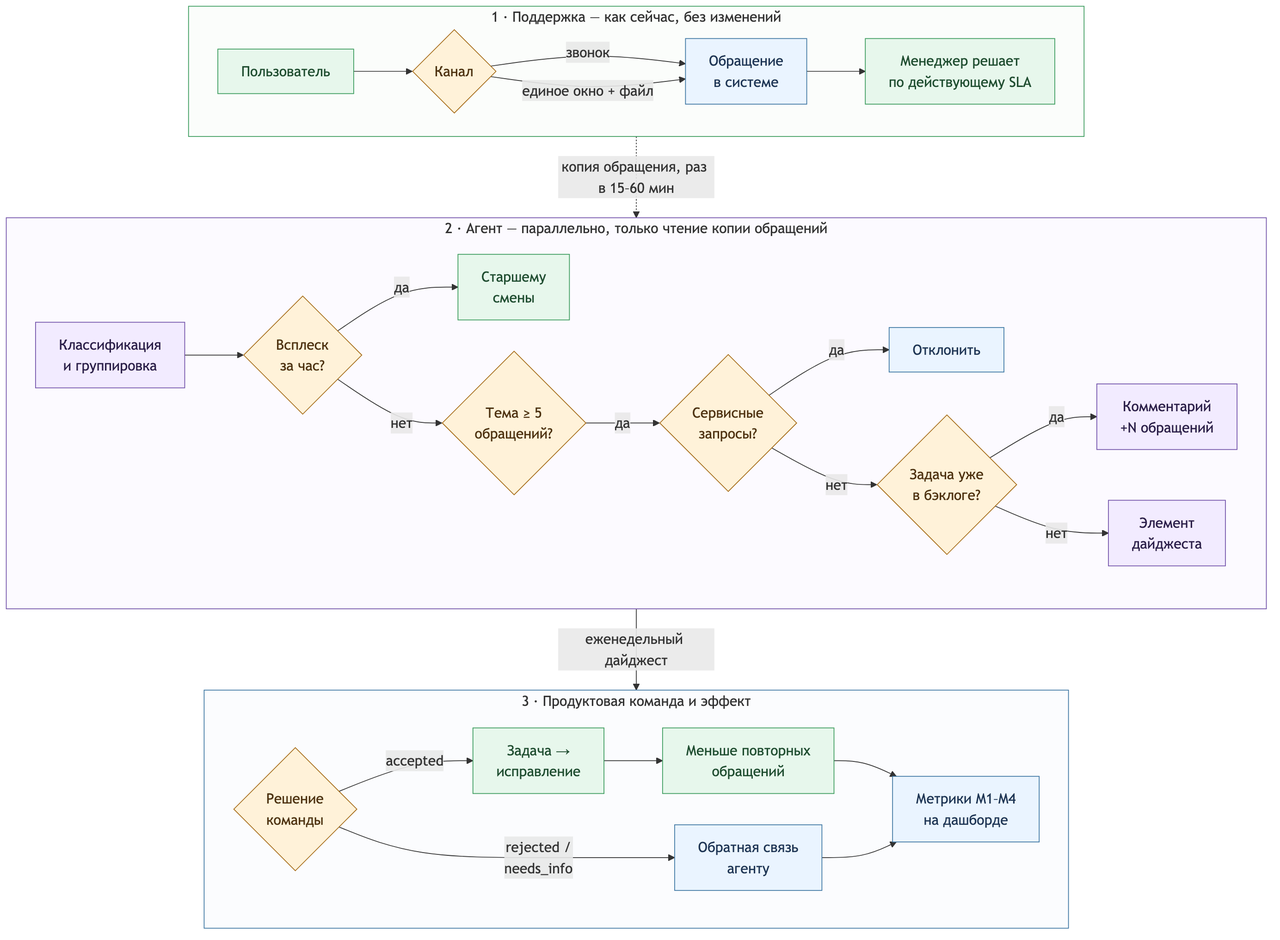
Before: docs/diagrams/rendered/02-business-process.png, a diagram exported from Mermaid (Gnod-do/ticket-triage-agent). Its source is kept beside it as docs/diagrams/02-business-process.mmd.
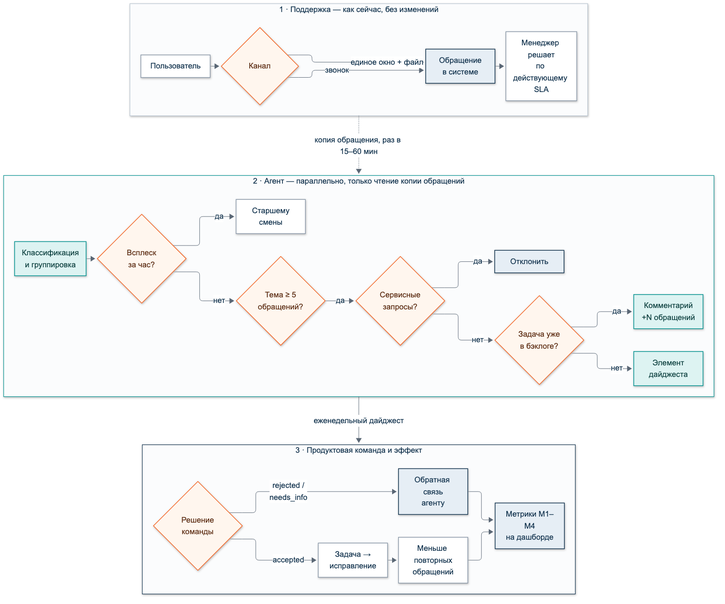
The same file after the commit.

Diff of the diagram source:
```diff
@@ -1,8 +1,8 @@
 flowchart TB
-  classDef human fill:#e7f7ec,stroke:#3a9b5c,color:#1f4d30
-  classDef ai fill:#f2ebff,stroke:#7151a9,color:#2b1f48
-  classDef det fill:#eaf4ff,stroke:#3d76a2,color:#1e3554
-  classDef dec fill:#fff2d9,stroke:#a66b17,color:#4d3210
+  classDef human fill:#FFFFFF,stroke:#8A98A8,color:#10314C,stroke-width:1.5px
+  classDef ai fill:#DDF3F2,stroke:#00918F,color:#0B3F3E,stroke-width:1.5px
+  classDef det fill:#E6EEF5,stroke:#10314C,color:#10314C,stroke-width:1.5px
+  classDef dec fill:#FFF6EE,stroke:#F56A2B,color:#5A2A10,stroke-width:1.5px
 
   subgraph R1["1 · Поддержка — как сейчас, без изменений"]
     direction LR
@@ -35,6 +35,6 @@
 
   R1 -.->|"копия обращения, раз в 15–60 мин"| R2
   R2 -->|"еженедельный дайджест"| R3
-  style R1 fill:#fbfdfb,stroke:#3a9b5c
-  style R2 fill:#fcfaff,stroke:#7151a9
-  style R3 fill:#fbfcfe,stroke:#3d76a2
+  style R1 fill:#FBFCFD,stroke:#B8C4D0,stroke-width:1.2px
+  style R2 fill:#FBFCFD,stroke:#00918F,stroke-width:1.2px
+  style R3 fill:#FBFCFD,stroke:#10314C,stroke-width:1.2px
```
